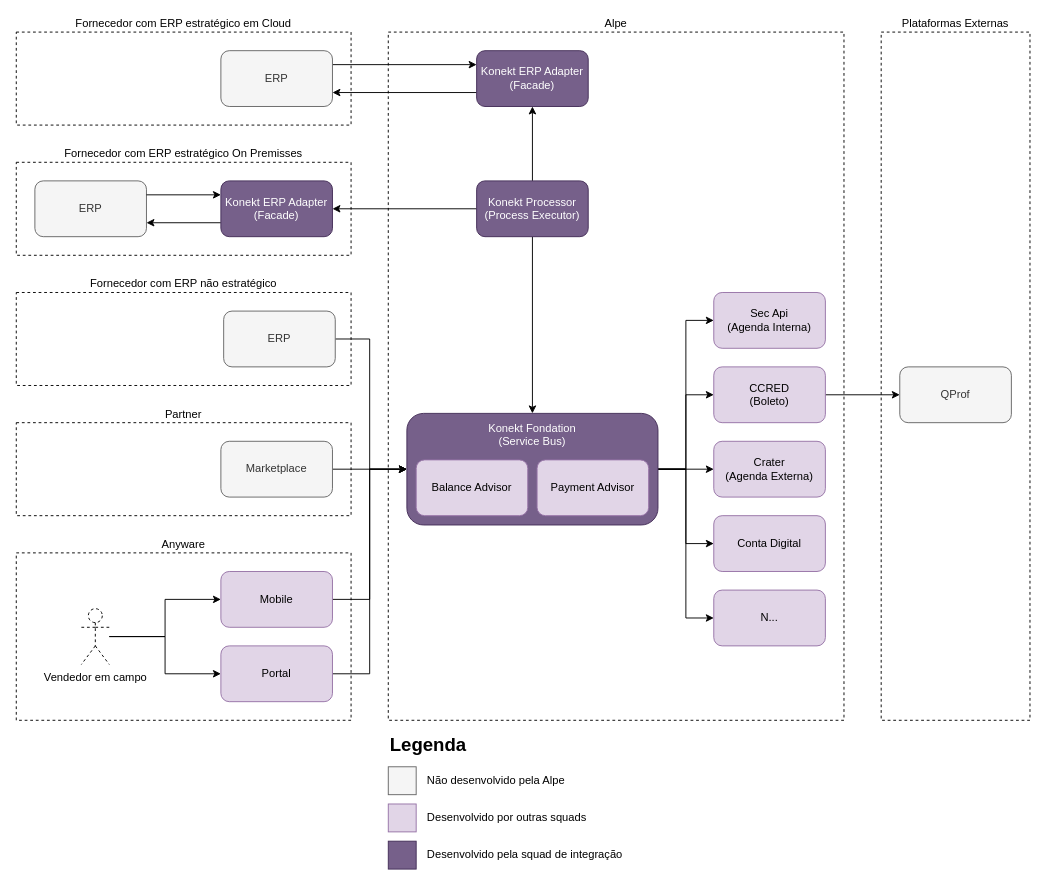
The draw.io diagram Untitled Diagram.drawio in thiagolealassis/diagrams, before the edit. Source tidied: cells renumbered, new cells numbered last; positions are measured from the earlier drawing's top-left corner, leaving out a move shared by most shapes. Both pictures are drawn from the tidied source at 93%, with x=0, y=0 at pixel (16, 32).
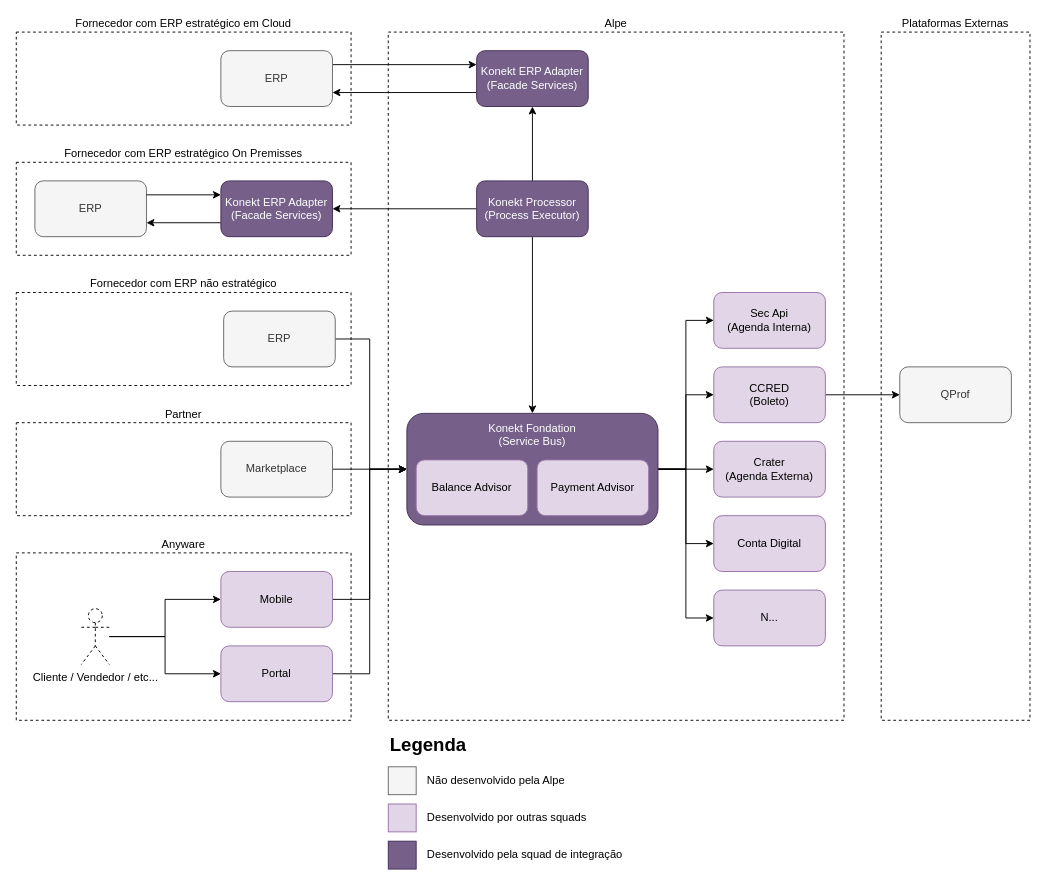
Above is the later version.

The change refers to these unchanged cells:
```xml
<mxCell id="20" style="group;" parent="1" vertex="1">
  <mxGeometry y="140" width="360" height="100" as="geometry" />
</mxCell>
```

What changed in the source:
```diff
@@
-    <mxCell id="24" value="Konekt ERP Adapter&lt;br&gt;(Facade)" style="rounded=1;whiteSpace=wrap;html=1;fillColor=#76608a;strokeColor=#432D57;fontColor=#ffffff;" parent="20" vertex="1">
+    <mxCell id="24" value="Konekt ERP Adapter&lt;br&gt;(Facade Services)" style="rounded=1;whiteSpace=wrap;html=1;fillColor=#76608a;strokeColor=#432D57;fontColor=#ffffff;" parent="20" vertex="1">
       <mxGeometry x="220" y="20" width="120" height="60" as="geometry" />
     </mxCell>
@@
-    <mxCell id="30" value="Konekt ERP Adapter&lt;br&gt;(Facade)" style="rounded=1;whiteSpace=wrap;html=1;fillColor=#76608a;strokeColor=#432D57;fontColor=#ffffff;" parent="1" vertex="1">
+    <mxCell id="30" value="Konekt ERP Adapter&lt;br&gt;(Facade Services)" style="rounded=1;whiteSpace=wrap;html=1;fillColor=#76608a;strokeColor=#432D57;fontColor=#ffffff;" parent="1" vertex="1">
       <mxGeometry x="495" y="20" width="120" height="60" as="geometry" />
     </mxCell>
@@
-    <mxCell id="47" value="Vendedor em campo" style="shape=umlActor;verticalLabelPosition=bottom;verticalAlign=top;html=1;outlineConnect=0;dashed=1;fillColor=none;" parent="1" vertex="1">
+    <mxCell id="47" value="Cliente / Vendedor / etc..." style="shape=umlActor;verticalLabelPosition=bottom;verticalAlign=top;html=1;outlineConnect=0;dashed=1;fillColor=none;" parent="1" vertex="1">
       <mxGeometry x="70" y="620" width="30" height="60" as="geometry" />
     </mxCell>
```
